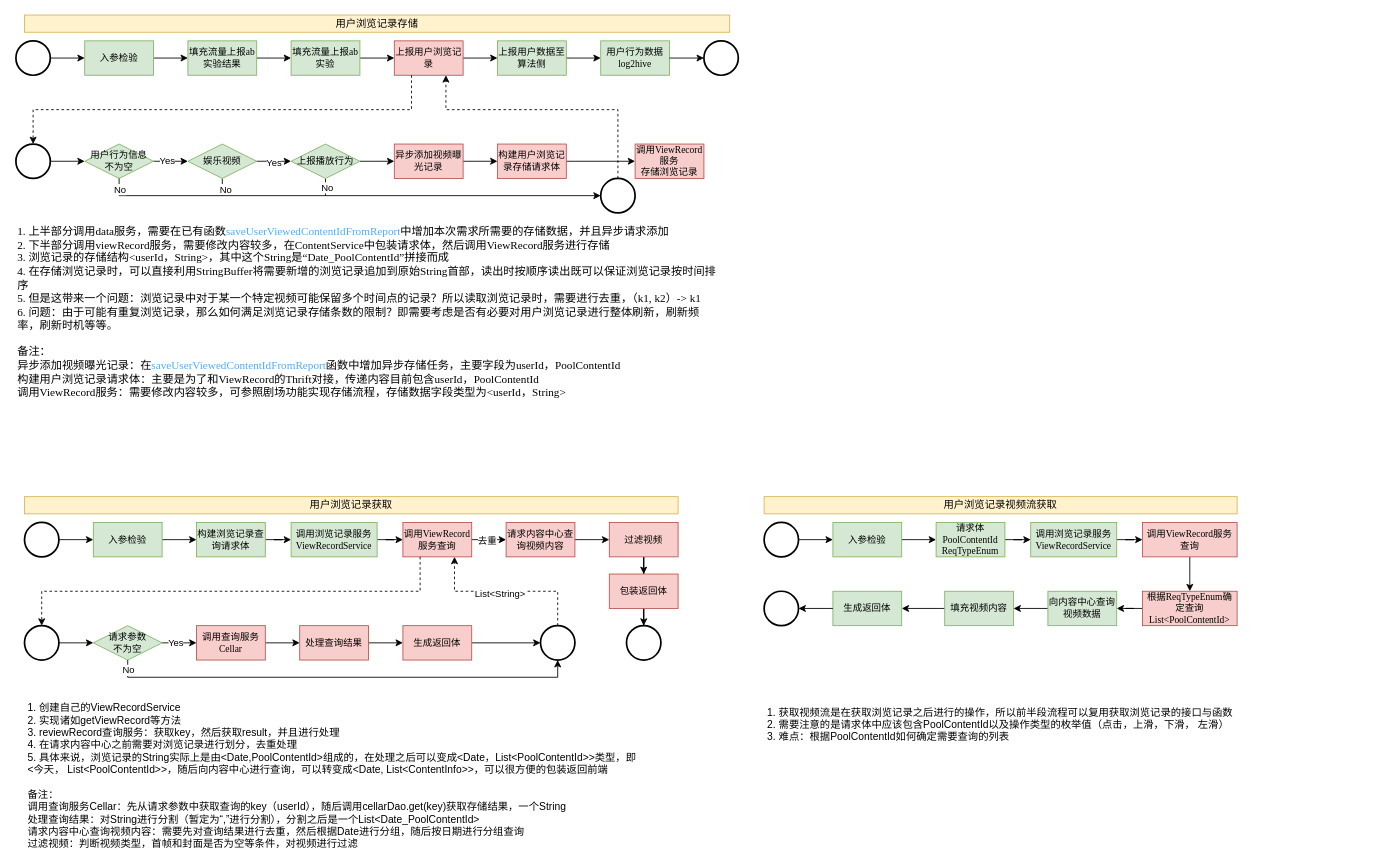
Before: pipeline.drawio in wuulaa/my-first-game, a draw.io diagram. Source tidied: cells renumbered, new cells numbered last; positions are measured from the earlier drawing's top-left corner, leaving out a move shared by most shapes. Both pictures are drawn from the tidied source at 86%, with x=0, y=0 at pixel (15, 15).
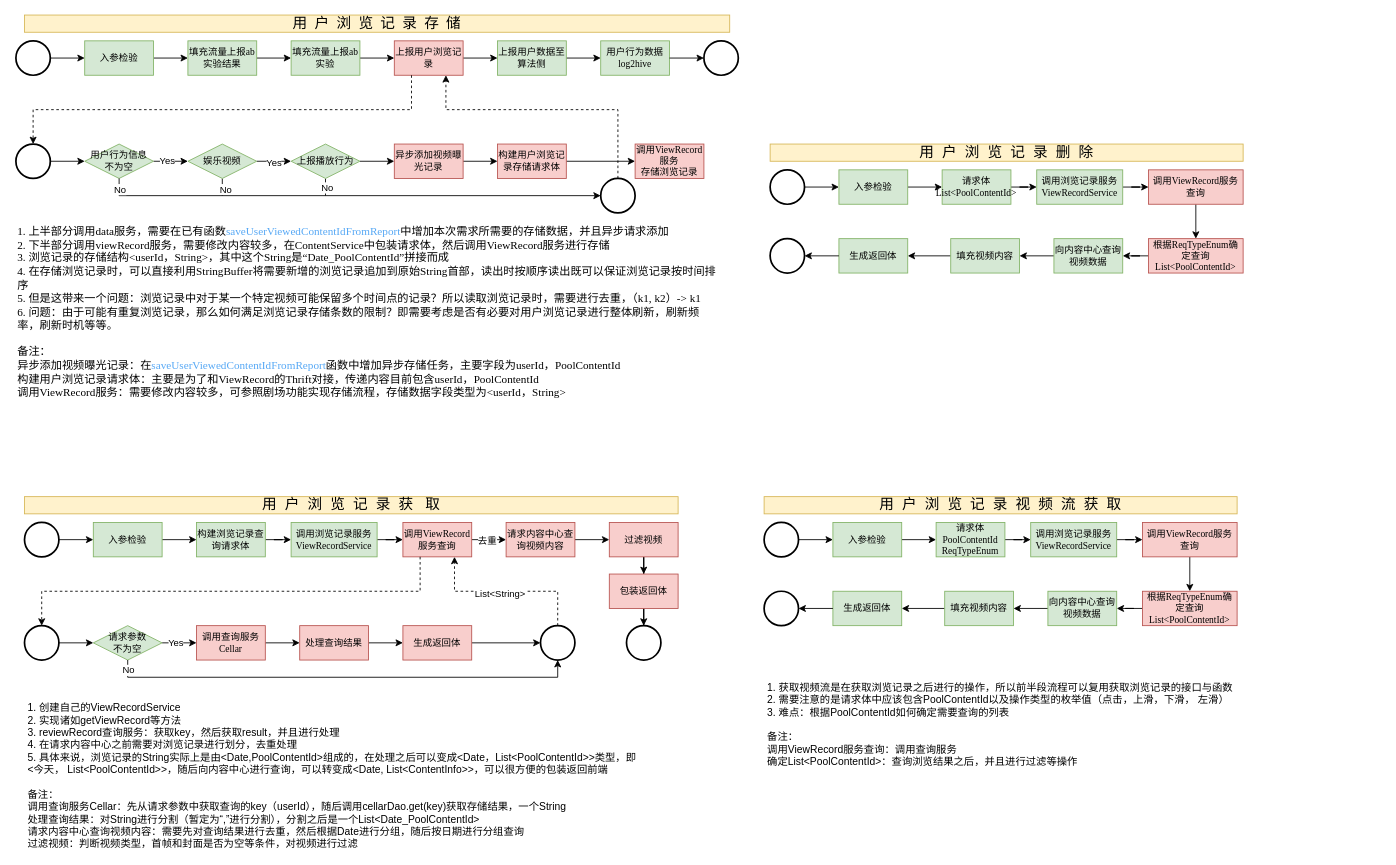
Above is the later version.

What changed in the source:
```diff
@@
-    <mxCell id="66" value="用户浏览记录存储" style="text;html=1;align=center;verticalAlign=middle;whiteSpace=wrap;rounded=0;fillColor=#fff2cc;strokeColor=#d6b656;" parent="1" vertex="1">
+    <mxCell id="66" value="&lt;div style=&quot;text-align: justify;&quot;&gt;&lt;span style=&quot;background-color: initial;&quot;&gt;&lt;font face=&quot;Times New Roman&quot; style=&quot;font-size: 17px;&quot;&gt;用&amp;nbsp; 户&amp;nbsp; 浏&amp;nbsp; 览&amp;nbsp; 记&amp;nbsp; 录&amp;nbsp; 存&amp;nbsp; 储&lt;/font&gt;&lt;/span&gt;&lt;/div&gt;" style="text;html=1;align=center;verticalAlign=middle;whiteSpace=wrap;rounded=0;fillColor=#fff2cc;strokeColor=#d6b656;" parent="1" vertex="1">
       <mxGeometry x="10" width="820" height="20" as="geometry" />
     </mxCell>
-    <mxCell id="67" value="用户浏览记录获取" style="text;html=1;align=center;verticalAlign=middle;whiteSpace=wrap;rounded=0;fillColor=#fff2cc;strokeColor=#d6b656;" parent="1" vertex="1">
+    <mxCell id="67" value="&lt;font style=&quot;font-size: 17px;&quot;&gt;用&amp;nbsp; 户&amp;nbsp; 浏&amp;nbsp; 览&amp;nbsp; 记&amp;nbsp; 录&amp;nbsp; 获&amp;nbsp; &amp;nbsp;取&lt;/font&gt;" style="text;html=1;align=center;verticalAlign=middle;whiteSpace=wrap;rounded=0;fillColor=#fff2cc;strokeColor=#d6b656;" parent="1" vertex="1">
       <mxGeometry x="10" y="560" width="760" height="20" as="geometry" />
     </mxCell>
@@
-    <mxCell id="94" value="用户浏览记录视频流获取" style="text;html=1;align=center;verticalAlign=middle;whiteSpace=wrap;rounded=0;fillColor=#fff2cc;strokeColor=#d6b656;" parent="1" vertex="1">
+    <mxCell id="94" value="用&amp;nbsp; 户&amp;nbsp; 浏&amp;nbsp; 览&amp;nbsp; 记&amp;nbsp; 录&amp;nbsp; 视&amp;nbsp; 频&amp;nbsp; 流&amp;nbsp; 获&amp;nbsp; 取" style="text;html=1;align=center;verticalAlign=middle;whiteSpace=wrap;rounded=0;fillColor=#fff2cc;strokeColor=#d6b656;fontSize=17;" parent="1" vertex="1">
       <mxGeometry x="870" y="560" width="550" height="20" as="geometry" />
     </mxCell>
@@
-    <mxCell id="98" value="&lt;div&gt;1. 获取视频流是在获取浏览记录之后进行的操作，所以前半段流程可以复用获取浏览记录的接口与函数&lt;/div&gt;&lt;div&gt;2. 需要注意的是请求体中应该包含PoolContentId以及操作类型的枚举值（点击，上滑，下滑， 左滑）&lt;/div&gt;&lt;div&gt;3. 难点：根据PoolContentId如何确定需要查询的列表&lt;/div&gt;" style="text;html=1;align=left;verticalAlign=middle;whiteSpace=wrap;rounded=0;" parent="1" vertex="1">
+    <mxCell id="98" value="&lt;div&gt;1. 获取视频流是在获取浏览记录之后进行的操作，所以前半段流程可以复用获取浏览记录的接口与函数&lt;/div&gt;&lt;div&gt;2. 需要注意的是请求体中应该包含PoolContentId以及操作类型的枚举值（点击，上滑，下滑， 左滑）&lt;/div&gt;&lt;div&gt;3. 难点：根据PoolContentId如何确定需要查询的列表&lt;/div&gt;&lt;div&gt;&lt;br&gt;&lt;/div&gt;&lt;div&gt;备注：&lt;/div&gt;&lt;div&gt;调用ViewRecord服务查询：调用查询服务&lt;/div&gt;&lt;div&gt;确定List&amp;lt;PoolContentId&amp;gt;：查询浏览结果之后，并且进行过滤等操作&lt;/div&gt;" style="text;html=1;align=left;verticalAlign=middle;whiteSpace=wrap;rounded=0;" parent="1" vertex="1">
       <mxGeometry x="872" y="810" width="716" height="30" as="geometry" />
     </mxCell>
@@
+    <mxCell id="101" style="edgeStyle=orthogonalEdgeStyle;rounded=0;jettySize=auto;html=1;entryX=0;entryY=0.5;entryDx=0;entryDy=0;" parent="1" edge="1" source="102" target="104">
+      <mxGeometry relative="1" as="geometry" />
+    </mxCell>
+    <mxCell id="102" style="strokeWidth=2;html=1;shape=mxgraph.flowchart.start_2;whiteSpace=wrap;fontFamily=Times New Roman;fontSize=11;" parent="1" vertex="1">
+      <mxGeometry x="877" y="180" width="40" height="40" as="geometry" />
+    </mxCell>
+    <mxCell id="103" style="edgeStyle=orthogonalEdgeStyle;rounded=0;jettySize=auto;html=1;entryX=0;entryY=0.5;entryDx=0;entryDy=0;" parent="1" edge="1" source="104" target="106">
+      <mxGeometry relative="1" as="geometry" />
+    </mxCell>
+    <mxCell id="104" value="入参检验" style="rounded=0;whiteSpace=wrap;html=1;fontFamily=Times New Roman;fontSize=11;fillColor=#d5e8d4;strokeColor=#82b366;" parent="1" vertex="1">
+      <mxGeometry x="957" y="180" width="80" height="40" as="geometry" />
+    </mxCell>
+    <mxCell id="105" style="edgeStyle=orthogonalEdgeStyle;rounded=0;jettySize=auto;html=1;" parent="1" edge="1" source="106" target="108">
+      <mxGeometry relative="1" as="geometry" />
+    </mxCell>
+    <mxCell id="106" value="请求体&lt;div&gt;List&amp;lt;PoolContentId&amp;gt;&lt;/div&gt;" style="rounded=0;whiteSpace=wrap;html=1;fontFamily=Times New Roman;fontSize=11;fillColor=#d5e8d4;strokeColor=#82b366;" parent="1" vertex="1">
+      <mxGeometry x="1077" y="180" width="80" height="40" as="geometry" />
+    </mxCell>
+    <mxCell id="107" style="edgeStyle=orthogonalEdgeStyle;rounded=0;jettySize=auto;html=1;" parent="1" edge="1" source="108" target="110">
+      <mxGeometry relative="1" as="geometry" />
+    </mxCell>
+    <mxCell id="108" value="调用浏览记录服务ViewRecordService" style="rounded=0;whiteSpace=wrap;html=1;fontFamily=Times New Roman;fontSize=11;fillColor=#d5e8d4;strokeColor=#82b366;" parent="1" vertex="1">
+      <mxGeometry x="1187" y="180" width="100" height="40" as="geometry" />
+    </mxCell>
+    <mxCell id="109" style="edgeStyle=orthogonalEdgeStyle;rounded=0;jettySize=auto;html=1;entryX=0.5;entryY=0;entryDx=0;entryDy=0;" parent="1" edge="1" source="110" target="112">
+      <mxGeometry relative="1" as="geometry" />
+    </mxCell>
+    <mxCell id="110" value="调用ViewRecord服务查询" style="rounded=0;whiteSpace=wrap;html=1;fillColor=#f8cecc;strokeColor=#b85450;fontFamily=Times New Roman;fontSize=11;" parent="1" vertex="1">
+      <mxGeometry x="1317" y="180" width="110" height="40" as="geometry" />
+    </mxCell>
+    <mxCell id="111" style="edgeStyle=orthogonalEdgeStyle;rounded=0;jettySize=auto;html=1;" parent="1" edge="1" source="112" target="114">
+      <mxGeometry relative="1" as="geometry" />
+    </mxCell>
+    <mxCell id="112" value="根据ReqTypeEnum确定查询List&amp;lt;PoolContentId&amp;gt;" style="rounded=0;whiteSpace=wrap;html=1;fontFamily=Times New Roman;fontSize=11;fillColor=#f8cecc;strokeColor=#b85450;" parent="1" vertex="1">
+      <mxGeometry x="1317" y="260" width="110" height="40" as="geometry" />
+    </mxCell>
+    <mxCell id="113" style="edgeStyle=orthogonalEdgeStyle;rounded=0;jettySize=auto;html=1;entryX=1;entryY=0.5;entryDx=0;entryDy=0;" parent="1" edge="1" source="114" target="117">
+      <mxGeometry relative="1" as="geometry" />
+    </mxCell>
+    <mxCell id="114" value="向内容中心查询视频数据" style="rounded=0;whiteSpace=wrap;html=1;fontFamily=Times New Roman;fontSize=11;fillColor=#d5e8d4;strokeColor=#82b366;" parent="1" vertex="1">
+      <mxGeometry x="1207" y="260" width="80" height="40" as="geometry" />
+    </mxCell>
+    <mxCell id="115" value="用&amp;nbsp; 户&amp;nbsp; 浏&amp;nbsp; 览&amp;nbsp; 记&amp;nbsp; 录&amp;nbsp; 删&amp;nbsp; 除" style="text;html=1;align=center;verticalAlign=middle;whiteSpace=wrap;rounded=0;fillColor=#fff2cc;strokeColor=#d6b656;fontSize=17;" parent="1" vertex="1">
+      <mxGeometry x="877" y="150" width="550" height="20" as="geometry" />
+    </mxCell>
+    <mxCell id="116" style="edgeStyle=orthogonalEdgeStyle;rounded=0;jettySize=auto;html=1;" parent="1" edge="1" source="117" target="119">
+      <mxGeometry relative="1" as="geometry" />
+    </mxCell>
+    <mxCell id="117" value="填充视频内容" style="rounded=0;whiteSpace=wrap;html=1;fontFamily=Times New Roman;fontSize=11;fillColor=#d5e8d4;strokeColor=#82b366;" parent="1" vertex="1">
+      <mxGeometry x="1087" y="260" width="80" height="40" as="geometry" />
+    </mxCell>
+    <mxCell id="118" style="strokeWidth=2;html=1;shape=mxgraph.flowchart.start_2;whiteSpace=wrap;fontFamily=Times New Roman;fontSize=11;" parent="1" vertex="1">
+      <mxGeometry x="877" y="260" width="40" height="40" as="geometry" />
+    </mxCell>
+    <mxCell id="119" value="生成返回体" style="rounded=0;whiteSpace=wrap;html=1;fontFamily=Times New Roman;fontSize=11;fillColor=#d5e8d4;strokeColor=#82b366;" parent="1" vertex="1">
+      <mxGeometry x="957" y="260" width="80" height="40" as="geometry" />
+    </mxCell>
+    <mxCell id="120" style="edgeStyle=orthogonalEdgeStyle;rounded=0;jettySize=auto;html=1;entryX=1;entryY=0.5;entryDx=0;entryDy=0;entryPerimeter=0;" parent="1" edge="1" source="119" target="118">
+      <mxGeometry relative="1" as="geometry" />
+    </mxCell>
```
